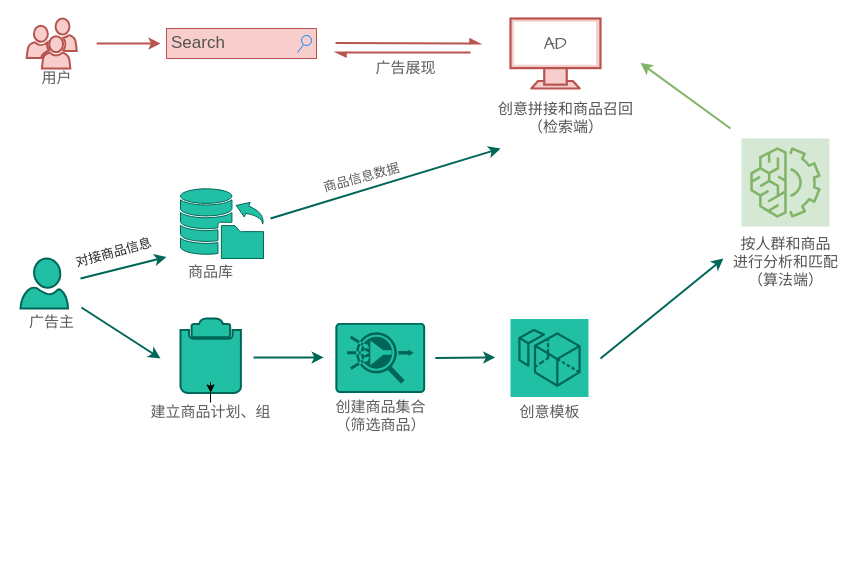
Above: page "dpa流程" (2 of 6) of draw.io/dpa.drawio in Jstarfish/picBed (draw.io), before the change. Source tidied: cells renumbered, new cells numbered last; positions are measured from the earlier drawing's top-left corner, leaving out a move shared by most shapes. Both pictures are drawn from the tidied source at 100%, with x=0, y=0 at pixel (20, 18).
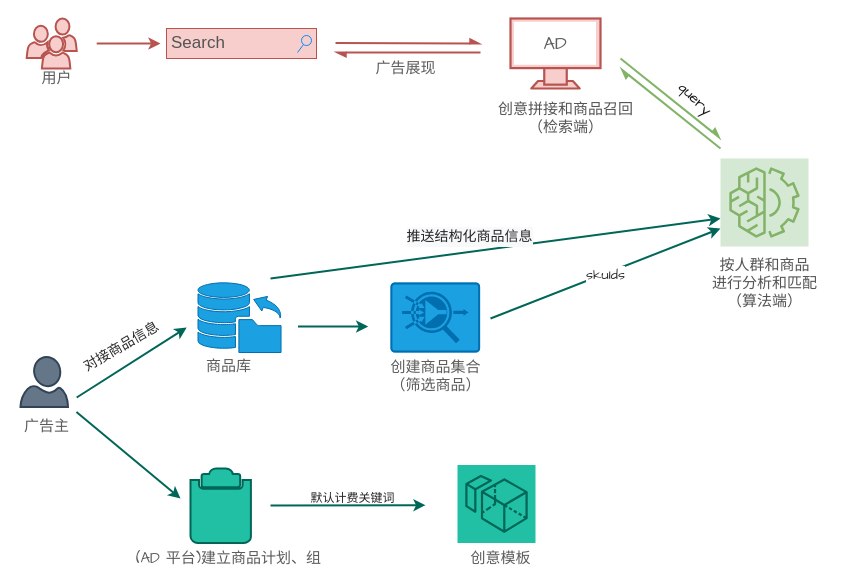
Above is the later version.

The edit, as a diff of the source:
```diff
@@
     <mxCell id="4" style="jettySize=auto;html=1;strokeColor=#006658;fontColor=#5C5C5C;strokeWidth=2;exitX=0.996;exitY=-0.25;exitDx=0;exitDy=0;exitPerimeter=0;" parent="1" edge="1" source="6">
       <mxGeometry relative="1" as="geometry">
-        <mxPoint x="140" y="340" as="targetPoint" />
+        <mxPoint x="160" y="480" as="targetPoint" />
       </mxGeometry>
     </mxCell>
@@
     <mxCell id="6" value="&lt;font face=&quot;Comic Sans MS&quot; style=&quot;font-size: 15px&quot;&gt;广告主&lt;/font&gt;" style="text;html=1;align=center;verticalAlign=middle;points=[];fontColor=#5C5C5C;" parent="1" vertex="1">
-      <mxGeometry x="1.2" y="294" width="60" height="20" as="geometry" />
+      <mxGeometry x="-3.8" y="398.4" width="60" height="20" as="geometry" />
     </mxCell>
     <mxCell id="7" value="&lt;font style=&quot;font-size: 15px&quot; face=&quot;Comic Sans MS&quot;&gt;&lt;font color=&quot;#545454&quot;&gt;按人群和商品&lt;br&gt;进行分析和匹配&lt;br&gt;（算法端）&lt;/font&gt;&lt;br&gt;&lt;/font&gt;" style="text;html=1;align=center;verticalAlign=middle;points=[];fontColor=#5C5C5C;" parent="1" vertex="1">
-      <mxGeometry x="705" y="218.5" width="120" height="50" as="geometry" />
+      <mxGeometry x="684" y="240" width="120" height="50" as="geometry" />
     </mxCell>
     <mxCell id="8" value="&lt;font style=&quot;font-size: 15px&quot; face=&quot;Comic Sans MS&quot;&gt;商品库&lt;/font&gt;" style="text;html=1;align=center;verticalAlign=middle;fontColor=#5C5C5C;" parent="1" vertex="1">
-      <mxGeometry x="160.4" y="244" width="60" height="20" as="geometry" />
+      <mxGeometry x="177.5" y="338.4" width="60" height="20" as="geometry" />
     </mxCell>
     <mxCell id="9" style="edgeStyle=none;orthogonalLoop=1;jettySize=auto;html=1;strokeColor=#006658;fontColor=#5C5C5C;strokeWidth=2;" parent="1" edge="1">
       <mxGeometry relative="1" as="geometry">
-        <mxPoint x="233" y="338.9" as="sourcePoint" />
-        <mxPoint x="303.2" y="338.9" as="targetPoint" />
+        <mxPoint x="277.5" y="308" as="sourcePoint" />
+        <mxPoint x="347.7" y="308" as="targetPoint" />
       </mxGeometry>
     </mxCell>
-    <mxCell id="10" style="verticalLabelPosition=bottom;html=1;verticalAlign=top;align=center;fillColor=#21C0A5;shape=mxgraph.azure.user;fontColor=#5C5C5C;strokeColor=#006658;strokeWidth=2;" parent="1" vertex="1">
-      <mxGeometry y="240" width="47.5" height="50" as="geometry" />
+    <mxCell id="10" style="verticalLabelPosition=bottom;html=1;verticalAlign=top;align=center;fillColor=#647687;shape=mxgraph.azure.user;fontColor=#ffffff;strokeColor=#314354;strokeWidth=2;" parent="1" vertex="1">
+      <mxGeometry y="338.4" width="47.5" height="50" as="geometry" />
     </mxCell>
     <mxCell id="11" style="orthogonalLoop=1;jettySize=auto;html=1;strokeColor=#006658;fontColor=#5C5C5C;strokeWidth=2;" parent="1" edge="1">
       <mxGeometry relative="1" as="geometry">
-        <mxPoint x="60" y="260" as="sourcePoint" />
-        <mxPoint x="146" y="238.5" as="targetPoint" />
+        <mxPoint x="56.2" y="379" as="sourcePoint" />
+        <mxPoint x="166.2" y="309" as="targetPoint" />
       </mxGeometry>
     </mxCell>
     <mxCell id="12" style="shadow=0;dashed=0;html=1;labelPosition=center;verticalLabelPosition=bottom;verticalAlign=top;align=center;outlineConnect=0;shape=mxgraph.veeam.failover_plan;fillColor=#21C0A5;strokeColor=#006658;fontColor=#5C5C5C;strokeWidth=2;" parent="1" vertex="1">
-      <mxGeometry x="160" y="300" width="60.4" height="74.4" as="geometry" />
+      <mxGeometry x="170" y="450" width="60.4" height="74.4" as="geometry" />
     </mxCell>
-    <mxCell id="13" style="edgeStyle=orthogonalEdgeStyle;rounded=0;jettySize=auto;html=1;" parent="1" edge="1" source="14" target="12">
-      <mxGeometry relative="1" as="geometry" />
-    </mxCell>
-    <mxCell id="14" value="&lt;font face=&quot;Comic Sans MS&quot; style=&quot;font-size: 15px&quot;&gt;建立商品计划、组&lt;/font&gt;" style="text;html=1;align=center;verticalAlign=middle;points=[];fontColor=#5C5C5C;" parent="1" vertex="1">
-      <mxGeometry x="120" y="384" width="140" height="20" as="geometry" />
+    <mxCell id="14" value="&lt;font face=&quot;Comic Sans MS&quot; style=&quot;font-size: 15px&quot;&gt;(AD 平台)建立商品计划、组&lt;/font&gt;" style="text;html=1;align=center;verticalAlign=middle;points=[];fontColor=#5C5C5C;" parent="1" vertex="1">
+      <mxGeometry x="107.5" y="530" width="200" height="20" as="geometry" />
     </mxCell>
-    <mxCell id="15" style="verticalLabelPosition=bottom;html=1;verticalAlign=top;align=center;shape=mxgraph.cisco19.rect;prIcon=flow_collector;fillColor=#21C0A5;strokeColor=#006658;fontColor=#5C5C5C;" parent="1" vertex="1">
-      <mxGeometry x="315" y="304.4" width="89.6" height="70" as="geometry" />
+    <mxCell id="15" style="verticalLabelPosition=bottom;html=1;verticalAlign=top;align=center;shape=mxgraph.cisco19.rect;prIcon=flow_collector;fillColor=#1ba1e2;strokeColor=#006EAF;fontColor=#ffffff;" parent="1" vertex="1">
+      <mxGeometry x="370" y="264" width="89.6" height="70" as="geometry" />
     </mxCell>
     <mxCell id="16" value="&lt;font style=&quot;font-size: 15px&quot; face=&quot;Comic Sans MS&quot;&gt;创建商品集合&lt;br&gt;（筛选商品）&lt;/font&gt;" style="text;html=1;align=center;verticalAlign=middle;fontColor=#5C5C5C;" parent="1" vertex="1">
-      <mxGeometry x="304.8" y="378.4" width="110" height="40" as="geometry" />
+      <mxGeometry x="359.8" y="338.4" width="110" height="40" as="geometry" />
     </mxCell>
     <mxCell id="17" style="edgeStyle=none;orthogonalLoop=1;jettySize=auto;html=1;strokeColor=#006658;fontColor=#5C5C5C;strokeWidth=2;" parent="1" edge="1">
       <mxGeometry relative="1" as="geometry">
-        <mxPoint x="414.8" y="339.4" as="sourcePoint" />
-        <mxPoint x="474.8" y="338.9" as="targetPoint" />
+        <mxPoint x="250" y="487" as="sourcePoint" />
+        <mxPoint x="405" y="486.7" as="targetPoint" />
       </mxGeometry>
     </mxCell>
@@
     <mxCell id="19" style="fontColor=#5C5C5C;gradientDirection=north;dashed=0;verticalLabelPosition=bottom;verticalAlign=top;align=center;html=1;fontSize=12;fontStyle=0;shape=mxgraph.aws4.resourceIcon;resIcon=mxgraph.aws4.workspaces;rounded=0;sketch=0;fillColor=#21C0A5;strokeColor=#006658;" parent="1" vertex="1">
-      <mxGeometry x="490" y="300.4" width="78" height="78" as="geometry" />
+      <mxGeometry x="437" y="446.4" width="78" height="78" as="geometry" />
     </mxCell>
     <mxCell id="20" value="&lt;font face=&quot;Comic Sans MS&quot;&gt;&lt;span style=&quot;font-size: 15px&quot;&gt;创意模板&lt;/span&gt;&lt;/font&gt;" style="text;html=1;align=center;verticalAlign=middle;fontColor=#5C5C5C;" parent="1" vertex="1">
-      <mxGeometry x="489" y="384" width="80" height="20" as="geometry" />
+      <mxGeometry x="440" y="530" width="80" height="20" as="geometry" />
     </mxCell>
-    <mxCell id="21" style="edgeStyle=none;jettySize=auto;html=1;strokeColor=#006658;fontColor=#5C5C5C;strokeWidth=2;entryX=-0.017;entryY=0.43;entryDx=0;entryDy=0;entryPerimeter=0;" parent="1" edge="1" target="7">
+    <mxCell id="21" style="edgeStyle=none;orthogonalLoop=1;jettySize=auto;html=1;strokeColor=#006658;fontColor=#5C5C5C;strokeWidth=2;" parent="1" edge="1">
       <mxGeometry relative="1" as="geometry">
-        <mxPoint x="580" y="340" as="sourcePoint" />
+        <mxPoint x="470" y="300" as="sourcePoint" />
+        <mxPoint x="700" y="210" as="targetPoint" />
       </mxGeometry>
     </mxCell>
-    <mxCell id="22" style="edgeStyle=none;orthogonalLoop=1;jettySize=auto;html=1;strokeColor=#82b366;fontColor=#5C5C5C;fillColor=#d5e8d4;strokeWidth=2;" parent="1" edge="1">
-      <mxGeometry relative="1" as="geometry">
-        <mxPoint x="710" y="110" as="sourcePoint" />
-        <mxPoint x="620" y="44.5" as="targetPoint" />
-      </mxGeometry>
-    </mxCell>
+    <mxCell id="34" value="&lt;font style=&quot;font-size: 14px&quot;&gt;skuIds&lt;/font&gt;" style="edgeLabel;html=1;align=center;verticalAlign=middle;fontFamily=Comic Sans MS;fontSize=15;fontColor=#2B2B2B;" parent="21" vertex="1">
+      <mxGeometry relative="1" as="geometry" />
+    </mxCell>
@@
     <mxCell id="27" style="edgeStyle=none;orthogonalLoop=1;jettySize=auto;html=1;strokeColor=#006658;fontColor=#5C5C5C;strokeWidth=2;" parent="1" edge="1">
       <mxGeometry relative="1" as="geometry">
-        <mxPoint x="250" y="200" as="sourcePoint" />
-        <mxPoint x="480" y="130" as="targetPoint" />
+        <mxPoint x="250" y="260" as="sourcePoint" />
+        <mxPoint x="700" y="200" as="targetPoint" />
       </mxGeometry>
     </mxCell>
-    <mxCell id="28" value="&lt;font face=&quot;Comic Sans MS&quot; style=&quot;font-size: 13px&quot;&gt;商品信息数据&lt;/font&gt;" style="text;html=1;align=center;verticalAlign=middle;fontColor=#5C5C5C;rotation=-15;" parent="1" vertex="1">
-      <mxGeometry x="296" y="150" width="90" height="20" as="geometry" />
-    </mxCell>
+    <mxCell id="35" value="&lt;span style=&quot;font-size: 14px ; background-color: rgb(248 , 249 , 250)&quot;&gt;&lt;font color=&quot;#262626&quot;&gt;推送结构化商品信息&lt;/font&gt;&lt;/span&gt;" style="edgeLabel;html=1;align=center;verticalAlign=middle;fontSize=15;fontFamily=Comic Sans MS;" parent="27" vertex="1">
+      <mxGeometry x="-0.07" y="2" relative="1" as="geometry">
+        <mxPoint x="-10" y="-13" as="offset" />
+      </mxGeometry>
+    </mxCell>
     <mxCell id="29" style="gradientDirection=north;fillColor=#d5e8d4;strokeColor=#82b366;dashed=0;verticalLabelPosition=bottom;verticalAlign=top;align=center;html=1;fontSize=12;fontStyle=0;shape=mxgraph.aws4.resourceIcon;resIcon=mxgraph.aws4.machine_learning;rounded=0;sketch=0;" parent="1" vertex="1">
-      <mxGeometry x="721" y="120" width="88" height="88" as="geometry" />
+      <mxGeometry x="700" y="140" width="88" height="88" as="geometry" />
     </mxCell>
@@
     <mxCell id="31" style="endArrow=async;html=1;strokeColor=#b85450;strokeWidth=2;fillColor=#f8cecc;fontColor=#5C5C5C;endFill=1;" parent="1" edge="1">
       <mxGeometry relative="1" as="geometry">
-        <mxPoint x="450" y="34" as="sourcePoint" />
+        <mxPoint x="460" y="34" as="sourcePoint" />
         <mxPoint x="315" y="34" as="targetPoint" />
       </mxGeometry>
     </mxCell>
-    <mxCell id="32" value="&lt;font color=&quot;#262626&quot; style=&quot;font-size: 13px&quot;&gt;对接商品信息&lt;/font&gt;" style="text;html=1;align=center;verticalAlign=middle;strokeColor=none;rotation=-15;" parent="1" vertex="1">
-      <mxGeometry x="47.5" y="224" width="90" height="20" as="geometry" />
+    <mxCell id="32" value="&lt;font style=&quot;font-size: 14px&quot; face=&quot;Comic Sans MS&quot; color=&quot;#2b2b2b&quot;&gt;对接商品信息&lt;/font&gt;" style="text;html=1;align=center;verticalAlign=middle;strokeColor=none;rotation=-30;" parent="1" vertex="1">
+      <mxGeometry x="51" y="319" width="100" height="20" as="geometry" />
     </mxCell>
-    <mxCell id="33" style="html=1;shadow=0;align=center;verticalAlign=top;shape=mxgraph.gcp2.database_uploading;fillColor=#21C0A5;strokeColor=#006658;" parent="1" vertex="1">
-      <mxGeometry x="160" y="170" width="83.3" height="70" as="geometry" />
+    <mxCell id="33" style="html=1;shadow=0;align=center;verticalAlign=top;shape=mxgraph.gcp2.database_uploading;fillColor=#1ba1e2;strokeColor=#006EAF;fontColor=#ffffff;" parent="1" vertex="1">
+      <mxGeometry x="177.5" y="264" width="83.3" height="70" as="geometry" />
     </mxCell>
+    <mxCell id="36" value="&lt;font color=&quot;#262626&quot;&gt;默认计费关键词&lt;/font&gt;" style="text;html=1;strokeColor=none;fillColor=none;align=center;verticalAlign=middle;whiteSpace=wrap;rounded=0;" parent="1" vertex="1">
+      <mxGeometry x="260" y="470" width="145" height="20" as="geometry" />
+    </mxCell>
+    <mxCell id="37" value="&lt;font color=&quot;#191919&quot;&gt;query&lt;/font&gt;" style="text;html=1;align=center;verticalAlign=middle;strokeColor=none;fontSize=15;fontFamily=Comic Sans MS;rotation=45;" parent="1" vertex="1">
+      <mxGeometry x="650" y="70" width="50" height="20" as="geometry" />
+    </mxCell>
+    <mxCell id="38" style="endArrow=async;html=1;strokeColor=#82b366;strokeWidth=2;fillColor=#d5e8d4;fontColor=#5C5C5C;endFill=1;" parent="1" edge="1">
+      <mxGeometry relative="1" as="geometry">
+        <mxPoint x="600" y="40" as="sourcePoint" />
+        <mxPoint x="700" y="120" as="targetPoint" />
+      </mxGeometry>
+    </mxCell>
+    <mxCell id="39" style="endArrow=async;html=1;strokeColor=#82b366;strokeWidth=2;fillColor=#d5e8d4;fontColor=#5C5C5C;endFill=1;" parent="1" edge="1">
+      <mxGeometry relative="1" as="geometry">
+        <mxPoint x="700" y="130" as="sourcePoint" />
+        <mxPoint x="600" y="50" as="targetPoint" />
+      </mxGeometry>
+    </mxCell>
```
